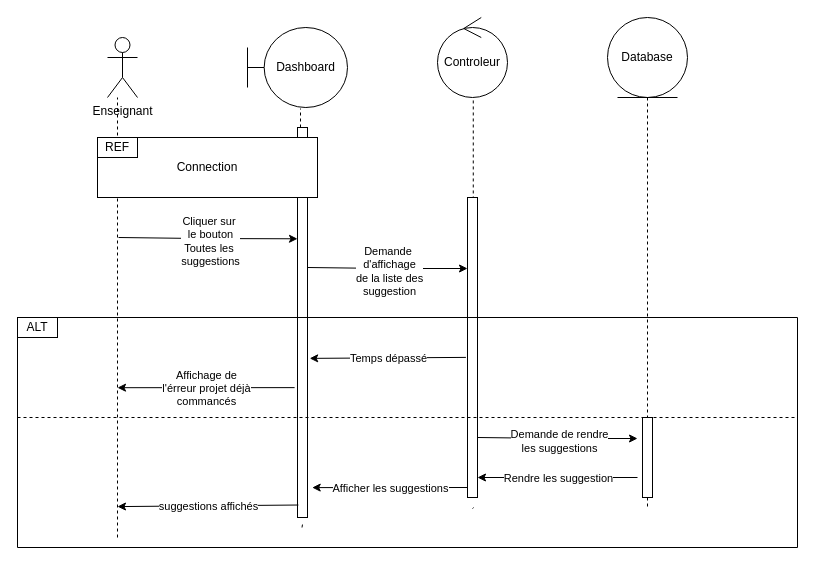
This is diagrams/SeqDiagConsulterSugg.drawio from stormsidali2001/PFE_third_year_school_project_front, a draw.io file, before an edit. Source tidied: cells renumbered, new cells numbered last; positions are measured from the earlier drawing's top-left corner, leaving out a move shared by most shapes. Both pictures are drawn from the tidied source at 100%, with x=0, y=0 at pixel (17, 17).
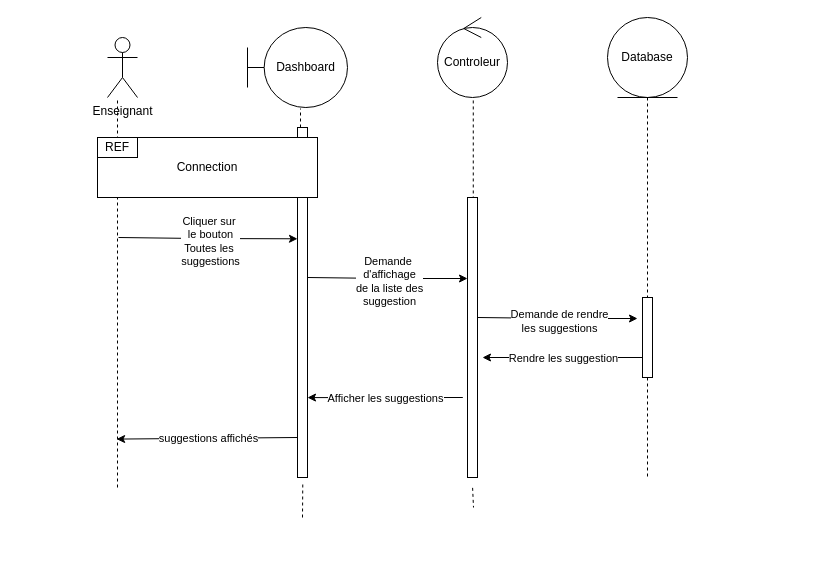
The same page after the edit.

The edit, as a diff of the source:
```diff
@@
     <mxCell id="7" style="endArrow=none;dashed=1;html=1;rounded=0;exitX=0.5;exitY=1;exitDx=0;exitDy=0;startArrow=none;" parent="1" edge="1" source="32">
       <mxGeometry relative="1" as="geometry">
-        <mxPoint x="630" y="490" as="targetPoint" />
+        <mxPoint x="630" y="460" as="targetPoint" />
       </mxGeometry>
     </mxCell>
     <mxCell id="8" style="endArrow=none;dashed=1;html=1;rounded=0;" parent="1" edge="1">
       <mxGeometry relative="1" as="geometry">
-        <mxPoint x="100" y="520" as="sourcePoint" />
+        <mxPoint x="100" y="470" as="sourcePoint" />
         <mxPoint x="100" y="80" as="targetPoint" />
       </mxGeometry>
     </mxCell>
@@
     <mxCell id="11" style="html=1;points=[];perimeter=orthogonalPerimeter;" parent="1" vertex="1">
-      <mxGeometry x="450" y="180" width="10" height="300" as="geometry" />
+      <mxGeometry x="450" y="180" width="10" height="280" as="geometry" />
     </mxCell>
@@
     <mxCell id="14" style="html=1;points=[];perimeter=orthogonalPerimeter;" parent="1" vertex="1">
-      <mxGeometry x="280" y="110" width="10" height="390" as="geometry" />
+      <mxGeometry x="280" y="110" width="10" height="350" as="geometry" />
     </mxCell>
     <mxCell id="15" style="endArrow=none;dashed=1;html=1;rounded=0;entryX=0.53;entryY=1.013;entryDx=0;entryDy=0;entryPerimeter=0;" parent="1" edge="1" target="14">
       <mxGeometry relative="1" as="geometry">
-        <mxPoint x="284.5" y="510" as="sourcePoint" />
+        <mxPoint x="285" y="500" as="sourcePoint" />
       </mxGeometry>
     </mxCell>
@@
     <mxCell id="18" style="endArrow=classic;html=1;rounded=0;" parent="1" edge="1">
       <mxGeometry relative="1" as="geometry">
-        <mxPoint x="290" y="250" as="sourcePoint" />
-        <mxPoint x="450" y="251" as="targetPoint" />
+        <mxPoint x="290" y="260" as="sourcePoint" />
+        <mxPoint x="450" y="261" as="targetPoint" />
         <Array as="points">
-          <mxPoint x="370" y="251" />
+          <mxPoint x="370" y="261" />
         </Array>
       </mxGeometry>
     </mxCell>
@@
-    <mxCell id="20" style="endArrow=none;html=1;rounded=0;" parent="1" edge="1">
-      <mxGeometry relative="1" as="geometry">
-        <mxPoint y="300" as="sourcePoint" />
-        <mxPoint x="780" y="300" as="targetPoint" />
-      </mxGeometry>
-    </mxCell>
-    <mxCell id="21" style="endArrow=none;html=1;rounded=0;" parent="1" edge="1">
-      <mxGeometry relative="1" as="geometry">
-        <mxPoint y="530" as="sourcePoint" />
-        <mxPoint y="300" as="targetPoint" />
-      </mxGeometry>
-    </mxCell>
-    <mxCell id="22" style="endArrow=none;html=1;rounded=0;" parent="1" edge="1">
-      <mxGeometry relative="1" as="geometry">
-        <mxPoint y="530" as="sourcePoint" />
-        <mxPoint x="780" y="530" as="targetPoint" />
-      </mxGeometry>
-    </mxCell>
-    <mxCell id="23" style="endArrow=none;html=1;rounded=0;" parent="1" edge="1">
-      <mxGeometry relative="1" as="geometry">
-        <mxPoint x="780" y="530" as="sourcePoint" />
-        <mxPoint x="780" y="300" as="targetPoint" />
-      </mxGeometry>
-    </mxCell>
-    <mxCell id="24" style="endArrow=none;dashed=1;html=1;rounded=0;" parent="1" edge="1">
-      <mxGeometry relative="1" as="geometry">
-        <mxPoint y="400" as="sourcePoint" />
-        <mxPoint x="780" y="400" as="targetPoint" />
-      </mxGeometry>
-    </mxCell>
-    <mxCell id="25" value="ALT" style="rounded=0;whiteSpace=wrap;html=1;" parent="1" vertex="1">
-      <mxGeometry y="300" width="40" height="20" as="geometry" />
-    </mxCell>
-    <mxCell id="26" style="endArrow=classic;html=1;rounded=0;exitX=-0.159;exitY=0.533;exitDx=0;exitDy=0;exitPerimeter=0;entryX=1.218;entryY=0.592;entryDx=0;entryDy=0;entryPerimeter=0;" parent="1" edge="1" source="11" target="14">
-      <mxGeometry relative="1" as="geometry" />
-    </mxCell>
-    <mxCell id="27" value="Temps dépassé" style="edgeLabel;html=1;align=center;verticalAlign=middle;" parent="26" vertex="1">
-      <mxGeometry relative="1" as="geometry" />
-    </mxCell>
-    <mxCell id="28" style="endArrow=classic;html=1;rounded=0;exitX=-0.288;exitY=0.667;exitDx=0;exitDy=0;exitPerimeter=0;entryX=1.312;entryY=0.742;entryDx=0;entryDy=0;entryPerimeter=0;" parent="1" edge="1" source="14">
-      <mxGeometry relative="1" as="geometry">
-        <mxPoint x="100" y="370.2" as="targetPoint" />
-      </mxGeometry>
-    </mxCell>
-    <mxCell id="29" value="Affichage de&lt;br&gt;l'érreur projet déjà&lt;br&gt;commancés" style="edgeLabel;html=1;align=center;verticalAlign=middle;" parent="28" vertex="1">
-      <mxGeometry relative="1" as="geometry" />
-    </mxCell>
     <mxCell id="30" style="endArrow=classic;html=1;rounded=0;" parent="1" edge="1">
       <mxGeometry relative="1" as="geometry">
-        <mxPoint x="460" y="420" as="sourcePoint" />
-        <mxPoint x="620" y="421" as="targetPoint" />
+        <mxPoint x="460" y="300" as="sourcePoint" />
+        <mxPoint x="620" y="301" as="targetPoint" />
         <Array as="points">
-          <mxPoint x="540" y="421" />
+          <mxPoint x="540" y="301" />
         </Array>
       </mxGeometry>
     </mxCell>
@@
     <mxCell id="32" style="html=1;points=[];perimeter=orthogonalPerimeter;" parent="1" vertex="1">
-      <mxGeometry x="625" y="400" width="10" height="80" as="geometry" />
+      <mxGeometry x="625" y="280" width="10" height="80" as="geometry" />
     </mxCell>
@@
     <mxCell id="34" style="endArrow=classic;html=1;rounded=0;" parent="1" edge="1">
       <mxGeometry relative="1" as="geometry">
-        <mxPoint x="620" y="460" as="sourcePoint" />
-        <mxPoint x="460" y="460" as="targetPoint" />
+        <mxPoint x="625" y="340" as="sourcePoint" />
+        <mxPoint x="465" y="340" as="targetPoint" />
       </mxGeometry>
     </mxCell>
@@
     <mxCell id="36" style="endArrow=classic;html=1;rounded=0;exitX=-0.159;exitY=0.533;exitDx=0;exitDy=0;exitPerimeter=0;entryX=1.312;entryY=0.742;entryDx=0;entryDy=0;entryPerimeter=0;" parent="1" edge="1">
       <mxGeometry relative="1" as="geometry">
-        <mxPoint x="450" y="470" as="sourcePoint" />
-        <mxPoint x="294.7" y="470.1" as="targetPoint" />
+        <mxPoint x="445.3" y="380" as="sourcePoint" />
+        <mxPoint x="290" y="380.1" as="targetPoint" />
       </mxGeometry>
     </mxCell>
@@
-    <mxCell id="38" style="endArrow=classic;html=1;rounded=0;exitX=0.088;exitY=0.968;exitDx=0;exitDy=0;exitPerimeter=0;entryX=1.312;entryY=0.742;entryDx=0;entryDy=0;entryPerimeter=0;" parent="1" edge="1" source="14">
+    <mxCell id="38" style="endArrow=classic;html=1;rounded=0;exitX=0.088;exitY=0.968;exitDx=0;exitDy=0;exitPerimeter=0;entryX=1.312;entryY=0.742;entryDx=0;entryDy=0;entryPerimeter=0;" parent="1" edge="1">
       <mxGeometry relative="1" as="geometry">
-        <mxPoint x="100" y="489.1" as="targetPoint" />
+        <mxPoint x="280" y="420" as="sourcePoint" />
+        <mxPoint x="99.1" y="421.6" as="targetPoint" />
       </mxGeometry>
     </mxCell>
```
